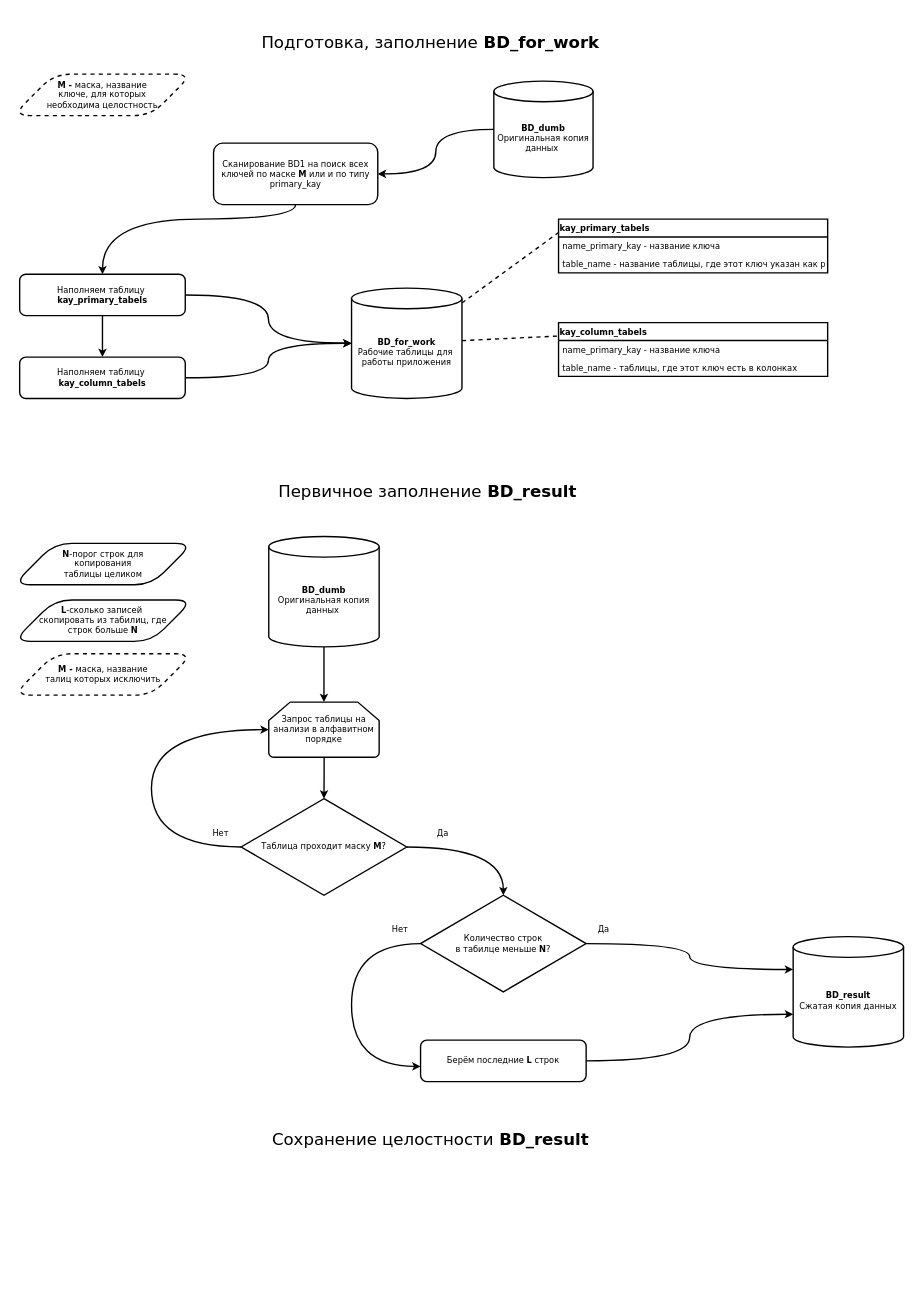
Above: work_algorithm.drawio in lyucean/mysql_sync_app (draw.io), before the change. Source tidied: cells renumbered, new cells numbered last; positions are measured from the earlier drawing's top-left corner, leaving out a move shared by most shapes. Both pictures are drawn from the tidied source at 69%, with x=0, y=0 at pixel (12, 12).
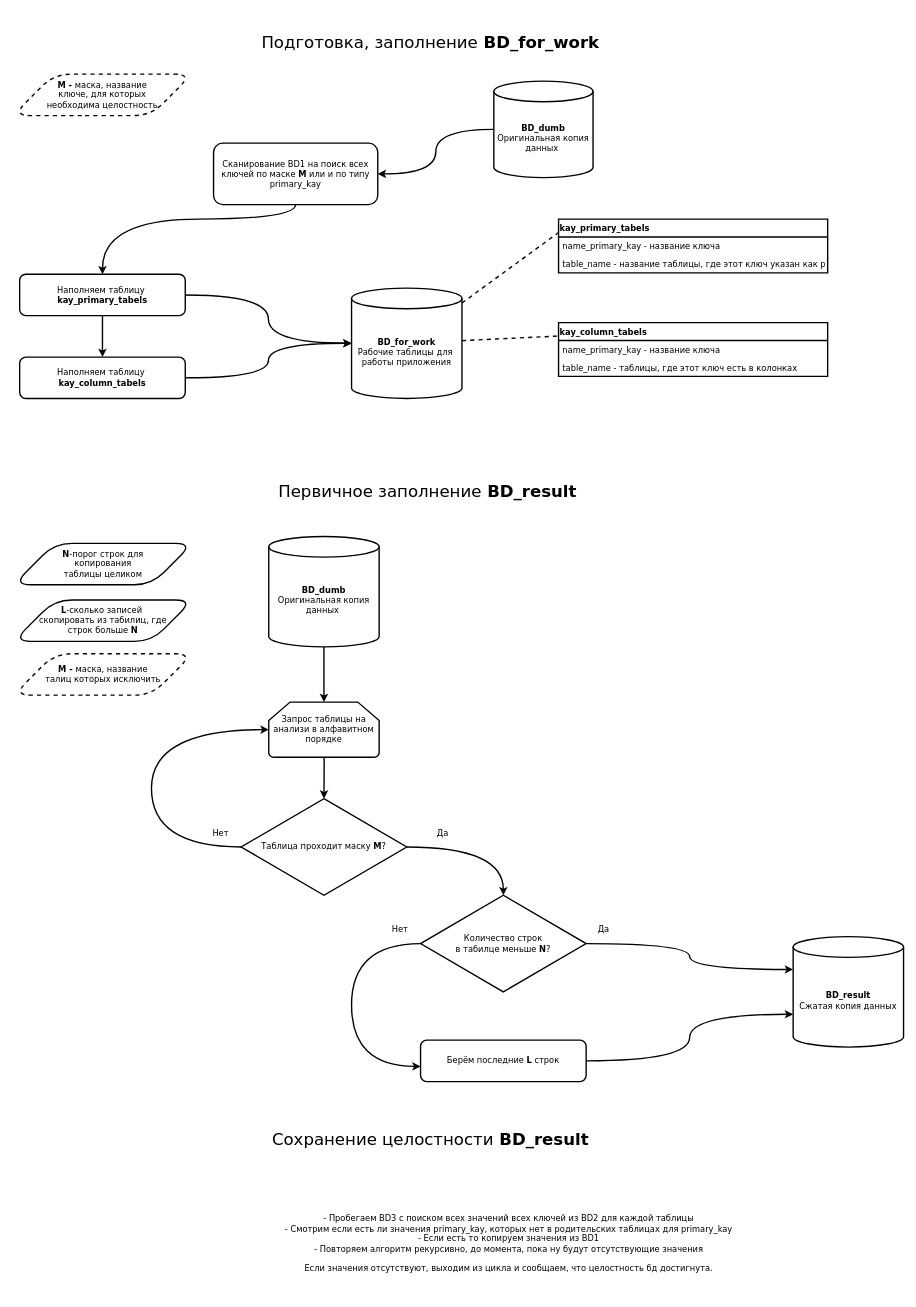
The same page after the edit.

Commit message:
Update work_algorithm.drawio Сохранение целостности BD_result

Diff of the diagram source:
```diff
@@
+    <mxCell id="44" value="&lt;div&gt;&lt;br&gt;&lt;/div&gt;&lt;div&gt;- Пробегаем BD3 с поиском всех значений всех ключей из BD2 для каждой таблицы&lt;/div&gt;&lt;div&gt;- Смотрим если есть ли значения primary_kay, которых нет в родительских таблицах для primary_kay&lt;/div&gt;&lt;div&gt;- Если есть то копируем значения из BD1&lt;/div&gt;&lt;div&gt;- Повторяем алгоритм рекурсивно, до момента, пока ну будут отсутствующие значения&lt;/div&gt;&lt;div&gt;&lt;br&gt;&lt;/div&gt;&lt;div&gt;Если значения отсутствуют, выходим из цикла и сообщаем, что целостность бд достигнута.&lt;/div&gt;&lt;div&gt;&lt;br&gt;&lt;/div&gt;" style="text;html=1;strokeColor=none;fillColor=none;align=center;verticalAlign=middle;whiteSpace=wrap;rounded=0;shadow=0;sketch=0;fontFamily=Verdana;" parent="1" vertex="1">
+      <mxGeometry x="338.5" y="1710" width="760" height="150" as="geometry" />
+    </mxCell>
```
